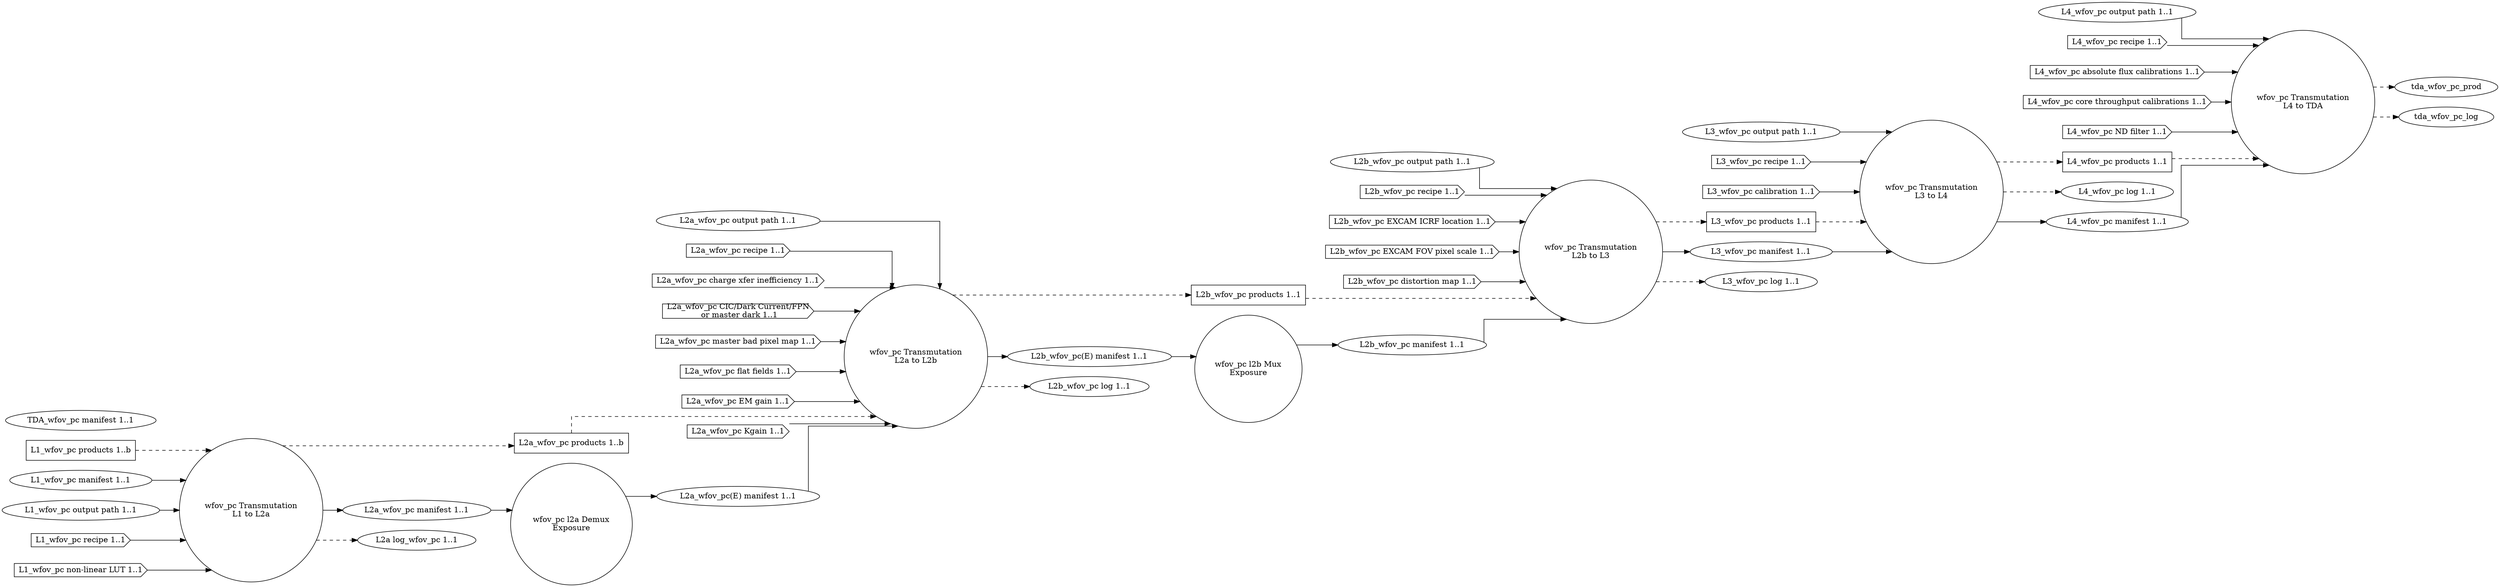
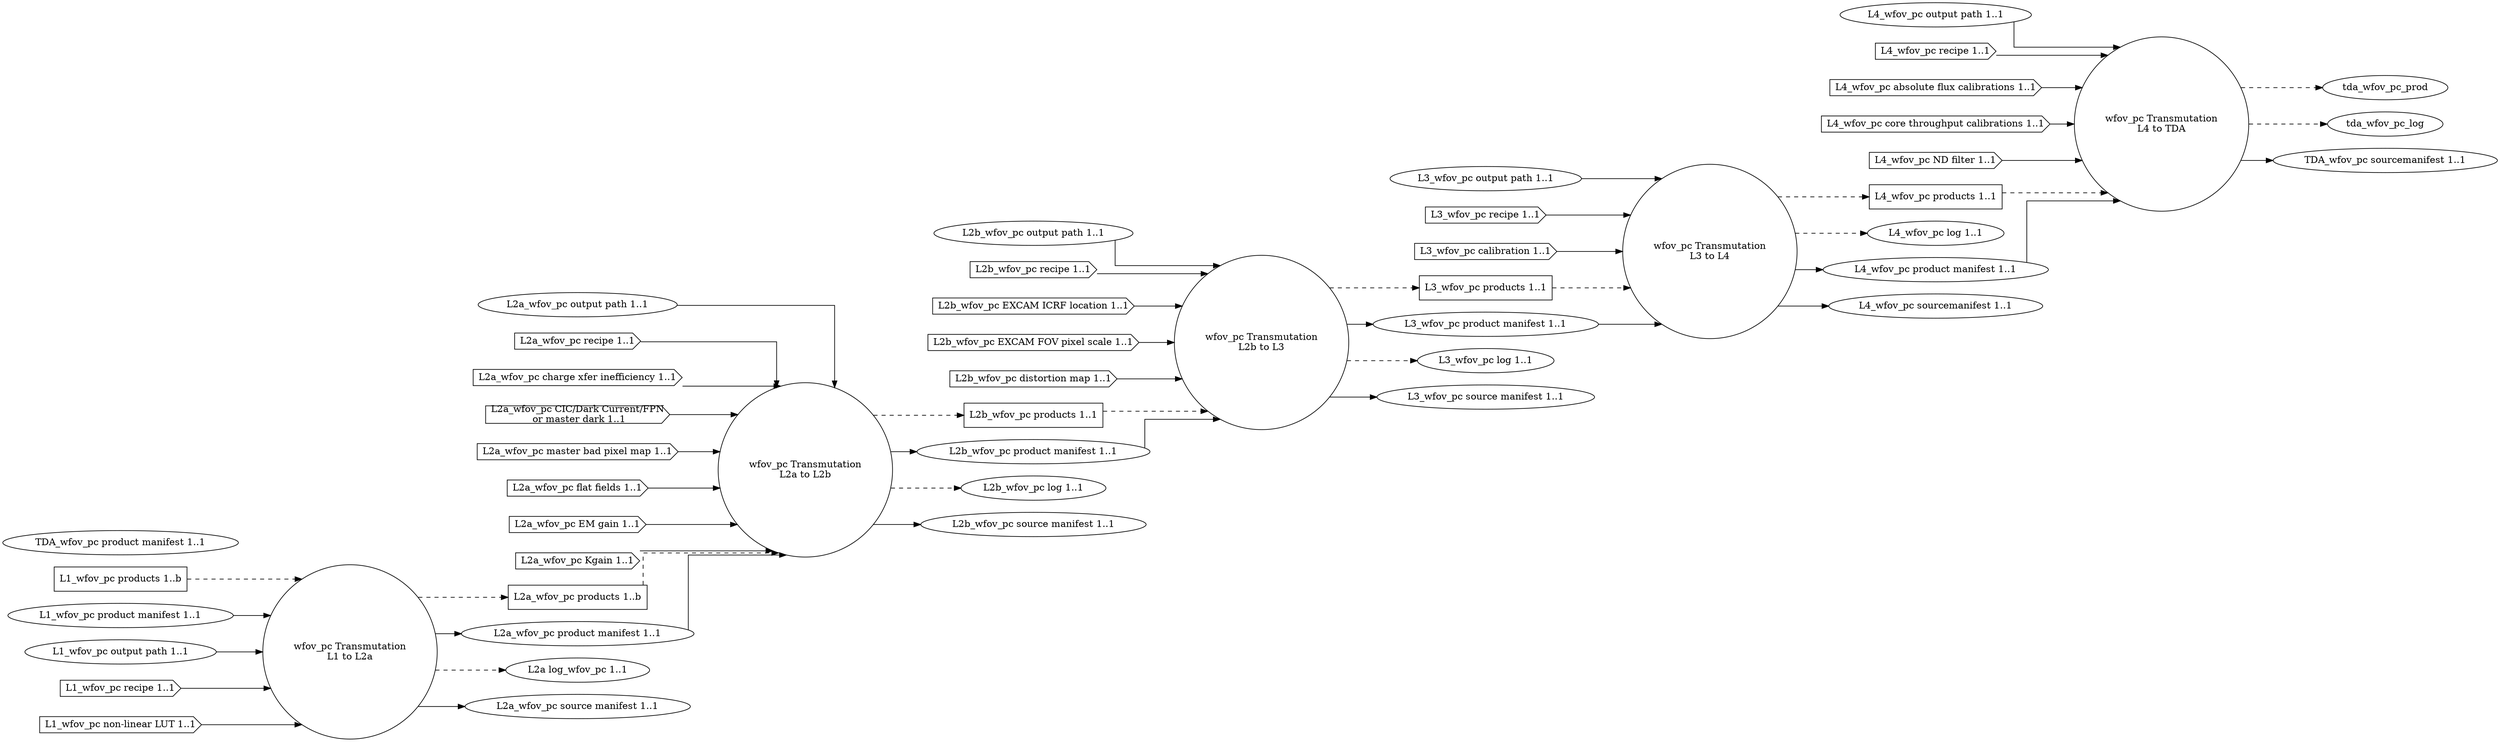
digraph WideFieldOfViewPhotonCount {
graph [splines="ortho", rankdir=LR];
trans_wfov_pc_l1_l2a [label="wfov_pc Transmutation\nL1 to L2a", shape="circle", runname="l1.transmutation_wfov_pc", runtype="dawgie.Algorithm", fsmtype="dip.base.Runner"];
- l2a_wfov_pc_demux [label="wfov_pc l2a Demux\nExposure", shape="circle", runname="l2a.demux_wfov_pc", runtype="dawgie.Algorithm", fsmtype="dip.clerk.impls.demux.FSM"];
trans_wfov_pc_l2a_l2b [label="wfov_pc Transmutation\nL2a to L2b", shape="circle", runname="l2a.transmutation_wfov_pc", runtype="dawgie.Algorithm", fsmtype="dip.base.Runner"];
- l2b_wfov_pc_mux [label="wfov_pc l2b Mux\nExposure", shape="circle", runname="l2b.mux_wfov_pc", runtype="dawgie.Analyzer", fsmtype="dip.clerk.impls.mux.FSM"];
trans_wfov_pc_l2b_l3 [label="wfov_pc Transmutation\nL2b to L3", shape="circle", runname="l2b.transmutation_wfov_pc", runtype="dawgie.Algorithm", fsmtype="dip.base.Runner"];
trans_wfov_pc_l3_l4 [label="wfov_pc Transmutation\nL3 to L4", shape="circle", runname="l3.transmutation_wfov_pc", runtype="dawgie.Algorithm", fsmtype="dip.base.Runner"];
trans_wfov_pc_l4_tda [label="wfov_pc Transmutation\nL4 to TDA", shape="circle", runname="l4.transmutation_wfov_pc", runtype="dawgie.Algorithm", fsmtype="dip.base.Runner"];
l1_wfov_pc_prod [label="L1_wfov_pc products 1..b", shape="rectangle"];
- l1_wfov_pc_man [label="L1_wfov_pc manifest 1..1", shape="ellipse"];
+ l1_wfov_pc_man [label="L1_wfov_pc product manifest 1..1", shape="ellipse"];
l1_wfov_pc_odir [label="L1_wfov_pc output path 1..1", shape="ellipse"];
l1_wfov_pc_rec [label="L1_wfov_pc recipe 1..1", shape="cds"];
l1_wfov_pc_nllut [label="L1_wfov_pc non-linear LUT 1..1", shape="cds"];
l2a_wfov_pc_prod [label="L2a_wfov_pc products 1..b", shape="rectangle"];
- l2a_wfov_pc_man [label="L2a_wfov_pc manifest 1..1", shape="ellipse", valname="l1.transmutation_wfov_pc.product.manifest", valtype="dip.base.Manifest"];
+ l2a_wfov_pc_man [label="L2a_wfov_pc product manifest 1..1", shape="ellipse", valname="l1.transmutation_wfov_pc.product.manifest", valtype="dip.base.Manifest"];
l2a_wfov_pc_odir [label="L2a_wfov_pc output path 1..1", shape="ellipse"];
l2a_wfov_pc_rec [label="L2a_wfov_pc recipe 1..1", shape="cds"];
l2a_wfov_pc_cti [label="L2a_wfov_pc charge xfer inefficiency 1..1", shape="cds"];
l2a_wfov_pc_dnb [label="L2a_wfov_pc CIC/Dark Current/FPN\n or master dark 1..1", shape="cds"];
l2a_wfov_pc_mbpm [label="L2a_wfov_pc master bad pixel map 1..1", shape="cds"];
l2a_wfov_pc_ff [label="L2a_wfov_pc flat fields 1..1", shape="cds"];
l2a_wfov_pc_emg [label="L2a_wfov_pc EM gain 1..1", shape="cds"];
l2a_wfov_pc_kgain [label="L2a_wfov_pc Kgain 1..1", shape="cds"];
l2a_wfov_pc_log [label="L2a log_wfov_pc 1..1", shape="ellipse"];
- l2a_wfov_pc_man_demux [label="L2a_wfov_pc(E) manifest 1..1", shape="ellipse", valname="l2a.demux_wfov_pc.product.manifest", valtype="dip.base.Manifest"];
l2b_wfov_pc_prod [label="L2b_wfov_pc products 1..1", shape="rectangle"];
- l2b_wfov_pc_man [label="L2b_wfov_pc manifest 1..1", shape="ellipse", valname="l2b.mux_wfov_pc.product.manifest", valtype="dip.base.Manifest"];
+ l2b_wfov_pc_man [label="L2b_wfov_pc product manifest 1..1", shape="ellipse", valname="l2a.transmutation_wfov_pc.product.manifest", valtype="dip.base.Manifest"];
l2b_wfov_pc_odir [label="L2b_wfov_pc output path 1..1", shape="ellipse"];
l2b_wfov_pc_rec [label="L2b_wfov_pc recipe 1..1", shape="cds"];
l2b_wfov_pc_excicrf [label="L2b_wfov_pc EXCAM ICRF location 1..1", shape="cds"];
l2b_wfov_pc_excfovps [label="L2b_wfov_pc EXCAM FOV pixel scale 1..1", shape="cds"];
l2b_wfov_pc_distm [label="L2b_wfov_pc distortion map 1..1", shape="cds"];
- l2b_wfov_pc_man_demux [label="L2b_wfov_pc(E) manifest 1..1", shape="ellipse", valname="l2a.transmutation_wfov_pc.product.manifest", valtype="dip.base.Manifest"];
l2b_wfov_pc_log [label="L2b_wfov_pc log 1..1", shape="ellipse"];
l3_wfov_pc_prod [label="L3_wfov_pc products 1..1", shape="rectangle"];
l3_wfov_pc_odir [label="L3_wfov_pc output path 1..1", shape="ellipse"];
- l3_wfov_pc_man [label="L3_wfov_pc manifest 1..1", shape="ellipse", valname="l2b.transmutation_wfov_pc.product.manifest", valtype="dip.base.Manifest"];
+ l3_wfov_pc_man [label="L3_wfov_pc product manifest 1..1", shape="ellipse", valname="l2b.transmutation_wfov_pc.product.manifest", valtype="dip.base.Manifest"];
l3_wfov_pc_rec [label="L3_wfov_pc recipe 1..1", shape="cds"];
l3_wfov_pc_cal [label="L3_wfov_pc calibration 1..1", shape="cds"];
l3_wfov_pc_log [label="L3_wfov_pc log 1..1", shape="ellipse"];
l4_wfov_pc_prod [label="L4_wfov_pc products 1..1", shape="rectangle"];
l4_wfov_pc_odir [label="L4_wfov_pc output path 1..1", shape="ellipse"];
l4_wfov_pc_log [label="L4_wfov_pc log 1..1", shape="ellipse"];
- l4_wfov_pc_man [label="L4_wfov_pc manifest 1..1", shape="ellipse", valname="l3.transmutation_wfov_pc.product.manifest", valtype="dip.base.Manifest"];
+ l4_wfov_pc_man [label="L4_wfov_pc product manifest 1..1", shape="ellipse", valname="l3.transmutation_wfov_pc.product.manifest", valtype="dip.base.Manifest"];
l4_wfov_pc_rec [label="L4_wfov_pc recipe 1..1", shape="cds"];
l4_wfov_pc_afcal [label="L4_wfov_pc absolute flux calibrations 1..1", shape="cds"];
l4_wfov_pc_ctcal [label="L4_wfov_pc core throughput calibrations 1..1", shape="cds"];
l4_wfov_pc_ndfilt [label="L4_wfov_pc ND filter 1..1", shape="cds"];
- tda_wfov_pc_man [label="TDA_wfov_pc manifest 1..1", shape="ellipse", valname="l4.transmutation_wfov_pc.product.manifest", valtype="dip.base.Manifest"];
+ tda_wfov_pc_man [label="TDA_wfov_pc product manifest 1..1", shape="ellipse", valname="l4.transmutation_wfov_pc.product.manifest", valtype="dip.base.Manifest"];
l1_wfov_pc_prod -> trans_wfov_pc_l1_l2a [style="dashed"];
l1_wfov_pc_man -> trans_wfov_pc_l1_l2a;
l1_wfov_pc_odir -> trans_wfov_pc_l1_l2a;
l1_wfov_pc_rec -> trans_wfov_pc_l1_l2a;
l1_wfov_pc_nllut -> trans_wfov_pc_l1_l2a;
trans_wfov_pc_l1_l2a -> l2a_wfov_pc_prod [style="dashed"];
trans_wfov_pc_l1_l2a -> l2a_wfov_pc_man;
trans_wfov_pc_l1_l2a -> l2a_wfov_pc_log [style="dashed"];
l2a_wfov_pc_prod -> trans_wfov_pc_l2a_l2b [style="dashed"];
l2a_wfov_pc_odir -> trans_wfov_pc_l2a_l2b;
l2a_wfov_pc_rec -> trans_wfov_pc_l2a_l2b;
l2a_wfov_pc_cti -> trans_wfov_pc_l2a_l2b;
l2a_wfov_pc_dnb -> trans_wfov_pc_l2a_l2b;
l2a_wfov_pc_mbpm -> trans_wfov_pc_l2a_l2b;
l2a_wfov_pc_ff -> trans_wfov_pc_l2a_l2b;
l2a_wfov_pc_emg -> trans_wfov_pc_l2a_l2b;
l2a_wfov_pc_kgain -> trans_wfov_pc_l2a_l2b;
trans_wfov_pc_l2a_l2b -> l2b_wfov_pc_prod [style="dashed"];
- trans_wfov_pc_l2a_l2b -> l2b_wfov_pc_man_demux;
+ trans_wfov_pc_l2a_l2b -> l2b_wfov_pc_man;
trans_wfov_pc_l2a_l2b -> l2b_wfov_pc_log [style="dashed"];
- l2a_wfov_pc_man -> l2a_wfov_pc_demux;
- l2a_wfov_pc_demux -> l2a_wfov_pc_man_demux;
- l2a_wfov_pc_man_demux -> trans_wfov_pc_l2a_l2b;
- l2b_wfov_pc_man_demux -> l2b_wfov_pc_mux;
- l2b_wfov_pc_mux -> l2b_wfov_pc_man;
+ l2a_wfov_pc_man -> trans_wfov_pc_l2a_l2b;
l2b_wfov_pc_prod -> trans_wfov_pc_l2b_l3 [style="dashed"];
l2b_wfov_pc_man -> trans_wfov_pc_l2b_l3;
l2b_wfov_pc_odir -> trans_wfov_pc_l2b_l3;
l2b_wfov_pc_rec -> trans_wfov_pc_l2b_l3;
l2b_wfov_pc_excicrf -> trans_wfov_pc_l2b_l3;
l2b_wfov_pc_excfovps -> trans_wfov_pc_l2b_l3;
l2b_wfov_pc_distm -> trans_wfov_pc_l2b_l3;
trans_wfov_pc_l2b_l3 -> l3_wfov_pc_prod [style="dashed"];
trans_wfov_pc_l2b_l3 -> l3_wfov_pc_man;
trans_wfov_pc_l2b_l3 -> l3_wfov_pc_log [style="dashed"];
l3_wfov_pc_prod -> trans_wfov_pc_l3_l4 [style="dashed"];
l3_wfov_pc_man -> trans_wfov_pc_l3_l4;
l3_wfov_pc_odir -> trans_wfov_pc_l3_l4;
l3_wfov_pc_rec -> trans_wfov_pc_l3_l4;
l3_wfov_pc_cal -> trans_wfov_pc_l3_l4;
trans_wfov_pc_l3_l4 -> l4_wfov_pc_prod [style="dashed"];
trans_wfov_pc_l3_l4 -> l4_wfov_pc_log [style="dashed"];
trans_wfov_pc_l3_l4 -> l4_wfov_pc_man;
l4_wfov_pc_prod -> trans_wfov_pc_l4_tda [style="dashed"];
l4_wfov_pc_man -> trans_wfov_pc_l4_tda;
l4_wfov_pc_odir -> trans_wfov_pc_l4_tda;
l4_wfov_pc_rec -> trans_wfov_pc_l4_tda;
l4_wfov_pc_afcal -> trans_wfov_pc_l4_tda;
l4_wfov_pc_ctcal -> trans_wfov_pc_l4_tda;
l4_wfov_pc_ndfilt -> trans_wfov_pc_l4_tda;
trans_wfov_pc_l4_tda -> tda_wfov_pc_prod [style="dashed"];
trans_wfov_pc_l4_tda -> tda_wfov_pc_log [style="dashed"];
+ 
+ l2a_wfov_pc_src [label="L2a_wfov_pc source manifest 1..1", shape="ellipse", valname="l1.transmutation_wfov_pc.source.manifest", valtype="dip.base.Manifest"];
+ l2b_wfov_pc_src [label="L2b_wfov_pc source manifest 1..1", shape="ellipse", valname="l2a.transmutation_wfov_pc.source.manifest", valtype="dip.base.Manifest"];
+ l3_wfov_pc_src [label="L3_wfov_pc source manifest 1..1", shape="ellipse", valname="l2b.transmutation_wfov_pc.source.manifest", valtype="dip.base.Manifest"];
+ l4_wfov_pc_src [label="L4_wfov_pc sourcemanifest 1..1", shape="ellipse", valname="l3.transmutation_wfov_pc.source.manifest", valtype="dip.base.Manifest"];
+ tda_wfov_pc_src [label="TDA_wfov_pc sourcemanifest 1..1", shape="ellipse", valname="l4.transmutation_wfov_pc.source.manifest", valtype="dip.base.Manifest"];
+ trans_wfov_pc_l1_l2a -> l2a_wfov_pc_src;
+ trans_wfov_pc_l2a_l2b -> l2b_wfov_pc_src;
+ trans_wfov_pc_l2b_l3 -> l3_wfov_pc_src;
+ trans_wfov_pc_l3_l4 -> l4_wfov_pc_src;
+ trans_wfov_pc_l4_tda -> tda_wfov_pc_src;
}
